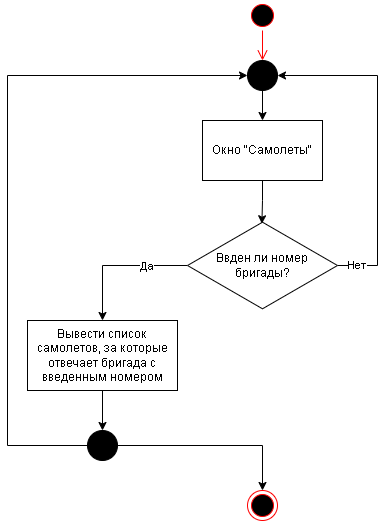
Earlier version of the draw.io export images/Сценарии_использования-Бригадир.png (CCF2P/Backend). Source tidied: cells renumbered, new cells last; positions are measured from the earlier drawing's top-left corner, leaving out a move shared by most shapes. Its diagram source:
```xml
<mxGraphModel>
  <root>
    <mxCell id="0" />
    <mxCell id="1" parent="0" />
    <mxCell id="2" style="ellipse;html=1;shape=startState;fillColor=#000000;strokeColor=#ff0000;" parent="1" vertex="1">
      <mxGeometry x="240" width="30" height="30" as="geometry" />
    </mxCell>
    <mxCell id="3" style="edgeStyle=orthogonalEdgeStyle;html=1;verticalAlign=bottom;endArrow=open;endSize=8;strokeColor=#ff0000;rounded=0;entryX=0.5;entryY=0;entryDx=0;entryDy=0;" parent="1" edge="1" source="2" target="12">
      <mxGeometry relative="1" as="geometry" />
    </mxCell>
    <mxCell id="4" style="edgeStyle=orthogonalEdgeStyle;rounded=0;jettySize=auto;html=1;exitX=0.5;exitY=1;exitDx=0;exitDy=0;entryX=0.496;entryY=0.036;entryDx=0;entryDy=0;entryPerimeter=0;" parent="1" edge="1" source="5" target="10">
      <mxGeometry relative="1" as="geometry" />
    </mxCell>
    <mxCell id="5" value="Окно &quot;Самолеты&quot;" style="rounded=0;whiteSpace=wrap;html=1;" parent="1" vertex="1">
      <mxGeometry x="195" y="120" width="120" height="60" as="geometry" />
    </mxCell>
    <mxCell id="6" style="edgeStyle=orthogonalEdgeStyle;rounded=0;jettySize=auto;html=1;entryX=1;entryY=0.5;entryDx=0;entryDy=0;" parent="1" edge="1" source="10" target="12">
      <mxGeometry relative="1" as="geometry">
        <Array as="points">
          <mxPoint x="370" y="265" />
          <mxPoint x="370" y="75" />
        </Array>
      </mxGeometry>
    </mxCell>
    <mxCell id="7" value="Нет" style="edgeLabel;html=1;align=center;verticalAlign=middle;" parent="6" vertex="1">
      <mxGeometry x="-0.88" y="1" relative="1" as="geometry" />
    </mxCell>
    <mxCell id="8" style="edgeStyle=orthogonalEdgeStyle;rounded=0;jettySize=auto;html=1;entryX=0.5;entryY=0;entryDx=0;entryDy=0;" parent="1" edge="1" source="10" target="14">
      <mxGeometry relative="1" as="geometry" />
    </mxCell>
    <mxCell id="9" value="Да" style="edgeLabel;html=1;align=center;verticalAlign=middle;" parent="8" vertex="1">
      <mxGeometry x="-0.4" relative="1" as="geometry" />
    </mxCell>
    <mxCell id="10" value="Ввден ли номер&lt;br&gt;бригады?" style="html=1;whiteSpace=wrap;shape=isoRectangle;" parent="1" vertex="1">
      <mxGeometry x="180" y="220" width="150" height="90" as="geometry" />
    </mxCell>
    <mxCell id="11" style="edgeStyle=orthogonalEdgeStyle;rounded=0;jettySize=auto;html=1;exitX=0.5;exitY=1;exitDx=0;exitDy=0;entryX=0.5;entryY=0;entryDx=0;entryDy=0;" parent="1" edge="1" source="12" target="5">
      <mxGeometry relative="1" as="geometry" />
    </mxCell>
    <mxCell id="12" style="ellipse;fillColor=strokeColor;html=1;" parent="1" vertex="1">
      <mxGeometry x="240" y="60" width="30" height="30" as="geometry" />
    </mxCell>
    <mxCell id="13" style="edgeStyle=orthogonalEdgeStyle;rounded=0;jettySize=auto;html=1;exitX=0.5;exitY=1;exitDx=0;exitDy=0;entryX=0.5;entryY=0;entryDx=0;entryDy=0;" parent="1" edge="1" source="14" target="18">
      <mxGeometry relative="1" as="geometry" />
    </mxCell>
    <mxCell id="14" value="Вывести список&lt;br&gt;самолетов, за которые отвечает бригада с введенным номером" style="rounded=0;whiteSpace=wrap;html=1;" parent="1" vertex="1">
      <mxGeometry x="20" y="320" width="150" height="70" as="geometry" />
    </mxCell>
    <mxCell id="15" style="ellipse;html=1;shape=endState;fillColor=#000000;strokeColor=#ff0000;" parent="1" vertex="1">
      <mxGeometry x="240" y="490" width="30" height="30" as="geometry" />
    </mxCell>
    <mxCell id="16" style="edgeStyle=orthogonalEdgeStyle;rounded=0;jettySize=auto;html=1;exitX=0;exitY=0.5;exitDx=0;exitDy=0;entryX=0;entryY=0.5;entryDx=0;entryDy=0;" parent="1" edge="1" source="18" target="12">
      <mxGeometry relative="1" as="geometry">
        <Array as="points">
          <mxPoint y="445" />
          <mxPoint y="75" />
        </Array>
      </mxGeometry>
    </mxCell>
    <mxCell id="17" style="edgeStyle=orthogonalEdgeStyle;rounded=0;jettySize=auto;html=1;exitX=1;exitY=0.5;exitDx=0;exitDy=0;entryX=0.5;entryY=0;entryDx=0;entryDy=0;" parent="1" edge="1" source="18" target="15">
      <mxGeometry relative="1" as="geometry" />
    </mxCell>
    <mxCell id="18" style="ellipse;fillColor=strokeColor;html=1;" parent="1" vertex="1">
      <mxGeometry x="80" y="430" width="30" height="30" as="geometry" />
    </mxCell>
  </root>
</mxGraphModel>
```
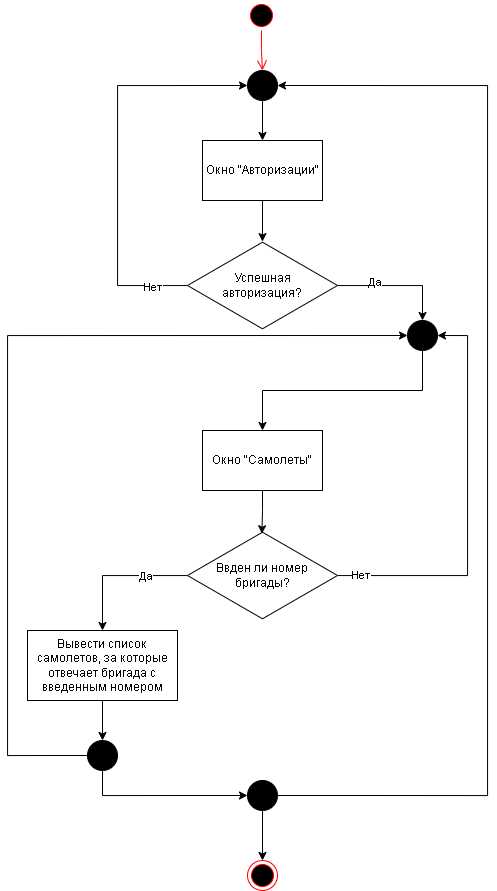
After the change.

Change to the diagram source:
```diff
@@ -3,9 +3,9 @@
     <mxCell id="0" />
     <mxCell id="1" parent="0" />
     <mxCell id="2" style="ellipse;html=1;shape=startState;fillColor=#000000;strokeColor=#ff0000;" parent="1" vertex="1">
-      <mxGeometry x="240" width="30" height="30" as="geometry" />
+      <mxGeometry x="239" y="-310" width="30" height="30" as="geometry" />
     </mxCell>
-    <mxCell id="3" style="edgeStyle=orthogonalEdgeStyle;html=1;verticalAlign=bottom;endArrow=open;endSize=8;strokeColor=#ff0000;rounded=0;entryX=0.5;entryY=0;entryDx=0;entryDy=0;" parent="1" edge="1" source="2" target="12">
+    <mxCell id="3" style="edgeStyle=orthogonalEdgeStyle;html=1;verticalAlign=bottom;endArrow=open;endSize=8;strokeColor=#ff0000;rounded=0;entryX=0.5;entryY=0;entryDx=0;entryDy=0;" parent="1" edge="1" source="2" target="27">
       <mxGeometry relative="1" as="geometry" />
     </mxCell>
     <mxCell id="4" style="edgeStyle=orthogonalEdgeStyle;rounded=0;jettySize=auto;html=1;exitX=0.5;exitY=1;exitDx=0;exitDy=0;entryX=0.496;entryY=0.036;entryDx=0;entryDy=0;entryPerimeter=0;" parent="1" edge="1" source="5" target="10">
@@ -17,8 +17,8 @@
     <mxCell id="6" style="edgeStyle=orthogonalEdgeStyle;rounded=0;jettySize=auto;html=1;entryX=1;entryY=0.5;entryDx=0;entryDy=0;" parent="1" edge="1" source="10" target="12">
       <mxGeometry relative="1" as="geometry">
         <Array as="points">
-          <mxPoint x="370" y="265" />
-          <mxPoint x="370" y="75" />
+          <mxPoint x="460" y="265" />
+          <mxPoint x="460" y="25" />
         </Array>
       </mxGeometry>
     </mxCell>
@@ -34,11 +34,11 @@
     <mxCell id="10" value="Ввден ли номер&lt;br&gt;бригады?" style="html=1;whiteSpace=wrap;shape=isoRectangle;" parent="1" vertex="1">
       <mxGeometry x="180" y="220" width="150" height="90" as="geometry" />
     </mxCell>
-    <mxCell id="11" style="edgeStyle=orthogonalEdgeStyle;rounded=0;jettySize=auto;html=1;exitX=0.5;exitY=1;exitDx=0;exitDy=0;entryX=0.5;entryY=0;entryDx=0;entryDy=0;" parent="1" edge="1" source="12" target="5">
+    <mxCell id="11" style="edgeStyle=orthogonalEdgeStyle;rounded=0;jettySize=auto;html=1;entryX=0.5;entryY=0;entryDx=0;entryDy=0;exitX=0.5;exitY=1;exitDx=0;exitDy=0;" parent="1" edge="1" source="12" target="5">
       <mxGeometry relative="1" as="geometry" />
     </mxCell>
     <mxCell id="12" style="ellipse;fillColor=strokeColor;html=1;" parent="1" vertex="1">
-      <mxGeometry x="240" y="60" width="30" height="30" as="geometry" />
+      <mxGeometry x="400" y="10" width="30" height="30" as="geometry" />
     </mxCell>
     <mxCell id="13" style="edgeStyle=orthogonalEdgeStyle;rounded=0;jettySize=auto;html=1;exitX=0.5;exitY=1;exitDx=0;exitDy=0;entryX=0.5;entryY=0;entryDx=0;entryDy=0;" parent="1" edge="1" source="14" target="18">
       <mxGeometry relative="1" as="geometry" />
@@ -47,21 +47,67 @@
       <mxGeometry x="20" y="320" width="150" height="70" as="geometry" />
     </mxCell>
     <mxCell id="15" style="ellipse;html=1;shape=endState;fillColor=#000000;strokeColor=#ff0000;" parent="1" vertex="1">
-      <mxGeometry x="240" y="490" width="30" height="30" as="geometry" />
+      <mxGeometry x="240" y="550" width="30" height="30" as="geometry" />
     </mxCell>
     <mxCell id="16" style="edgeStyle=orthogonalEdgeStyle;rounded=0;jettySize=auto;html=1;exitX=0;exitY=0.5;exitDx=0;exitDy=0;entryX=0;entryY=0.5;entryDx=0;entryDy=0;" parent="1" edge="1" source="18" target="12">
       <mxGeometry relative="1" as="geometry">
         <Array as="points">
           <mxPoint y="445" />
-          <mxPoint y="75" />
+          <mxPoint y="25" />
         </Array>
       </mxGeometry>
     </mxCell>
-    <mxCell id="17" style="edgeStyle=orthogonalEdgeStyle;rounded=0;jettySize=auto;html=1;exitX=1;exitY=0.5;exitDx=0;exitDy=0;entryX=0.5;entryY=0;entryDx=0;entryDy=0;" parent="1" edge="1" source="18" target="15">
-      <mxGeometry relative="1" as="geometry" />
-    </mxCell>
+    <mxCell id="19" style="edgeStyle=orthogonalEdgeStyle;rounded=0;jettySize=auto;html=1;entryX=0;entryY=0.5;entryDx=0;entryDy=0;exitX=0.5;exitY=1;exitDx=0;exitDy=0;" parent="1" edge="1" source="18" target="31">
+      <mxGeometry relative="1" as="geometry" />
+    </mxCell>
     <mxCell id="18" style="ellipse;fillColor=strokeColor;html=1;" parent="1" vertex="1">
       <mxGeometry x="80" y="430" width="30" height="30" as="geometry" />
     </mxCell>
+    <mxCell id="20" value="Окно &quot;Авторизации&quot;" style="rounded=0;whiteSpace=wrap;html=1;" parent="1" vertex="1">
+      <mxGeometry x="195" y="-170" width="120" height="60" as="geometry" />
+    </mxCell>
+    <mxCell id="21" style="edgeStyle=orthogonalEdgeStyle;rounded=0;jettySize=auto;html=1;entryX=0;entryY=0.5;entryDx=0;entryDy=0;" parent="1" edge="1" source="25" target="27">
+      <mxGeometry relative="1" as="geometry">
+        <Array as="points">
+          <mxPoint x="110" y="-25" />
+          <mxPoint x="110" y="-225" />
+        </Array>
+      </mxGeometry>
+    </mxCell>
+    <mxCell id="22" value="Нет" style="edgeLabel;html=1;align=center;verticalAlign=middle;" parent="21" vertex="1">
+      <mxGeometry x="-0.83" y="1" relative="1" as="geometry" />
+    </mxCell>
+    <mxCell id="23" style="edgeStyle=orthogonalEdgeStyle;rounded=0;jettySize=auto;html=1;entryX=0.5;entryY=0;entryDx=0;entryDy=0;" parent="1" edge="1" source="25" target="12">
+      <mxGeometry relative="1" as="geometry" />
+    </mxCell>
+    <mxCell id="24" value="Да" style="edgeLabel;html=1;align=center;verticalAlign=middle;" parent="23" vertex="1">
+      <mxGeometry x="-0.4" y="4" relative="1" as="geometry" />
+    </mxCell>
+    <mxCell id="25" value="Успешная&lt;br&gt;авторизация?" style="html=1;whiteSpace=wrap;shape=isoRectangle;" parent="1" vertex="1">
+      <mxGeometry x="180" y="-70" width="150" height="90" as="geometry" />
+    </mxCell>
+    <mxCell id="26" style="edgeStyle=orthogonalEdgeStyle;rounded=0;jettySize=auto;html=1;exitX=0.5;exitY=1;exitDx=0;exitDy=0;entryX=0.5;entryY=0;entryDx=0;entryDy=0;" parent="1" edge="1" source="27" target="20">
+      <mxGeometry relative="1" as="geometry" />
+    </mxCell>
+    <mxCell id="27" style="ellipse;fillColor=strokeColor;html=1;" parent="1" vertex="1">
+      <mxGeometry x="240" y="-240" width="30" height="30" as="geometry" />
+    </mxCell>
+    <mxCell id="28" style="edgeStyle=orthogonalEdgeStyle;rounded=0;jettySize=auto;html=1;exitX=0.5;exitY=1;exitDx=0;exitDy=0;entryX=0.5;entryY=0.012;entryDx=0;entryDy=0;entryPerimeter=0;" parent="1" edge="1" source="20" target="25">
+      <mxGeometry relative="1" as="geometry" />
+    </mxCell>
+    <mxCell id="29" style="edgeStyle=orthogonalEdgeStyle;rounded=0;jettySize=auto;html=1;exitX=0.5;exitY=1;exitDx=0;exitDy=0;entryX=0.5;entryY=0;entryDx=0;entryDy=0;" parent="1" edge="1" source="31" target="15">
+      <mxGeometry relative="1" as="geometry" />
+    </mxCell>
+    <mxCell id="30" style="edgeStyle=orthogonalEdgeStyle;rounded=0;jettySize=auto;html=1;exitX=1;exitY=0.5;exitDx=0;exitDy=0;entryX=1;entryY=0.5;entryDx=0;entryDy=0;" parent="1" edge="1" source="31" target="27">
+      <mxGeometry relative="1" as="geometry">
+        <Array as="points">
+          <mxPoint x="480" y="485" />
+          <mxPoint x="480" y="-225" />
+        </Array>
+      </mxGeometry>
+    </mxCell>
+    <mxCell id="31" style="ellipse;fillColor=strokeColor;html=1;" parent="1" vertex="1">
+      <mxGeometry x="240" y="470" width="30" height="30" as="geometry" />
+    </mxCell>
   </root>
 </mxGraphModel>
```
